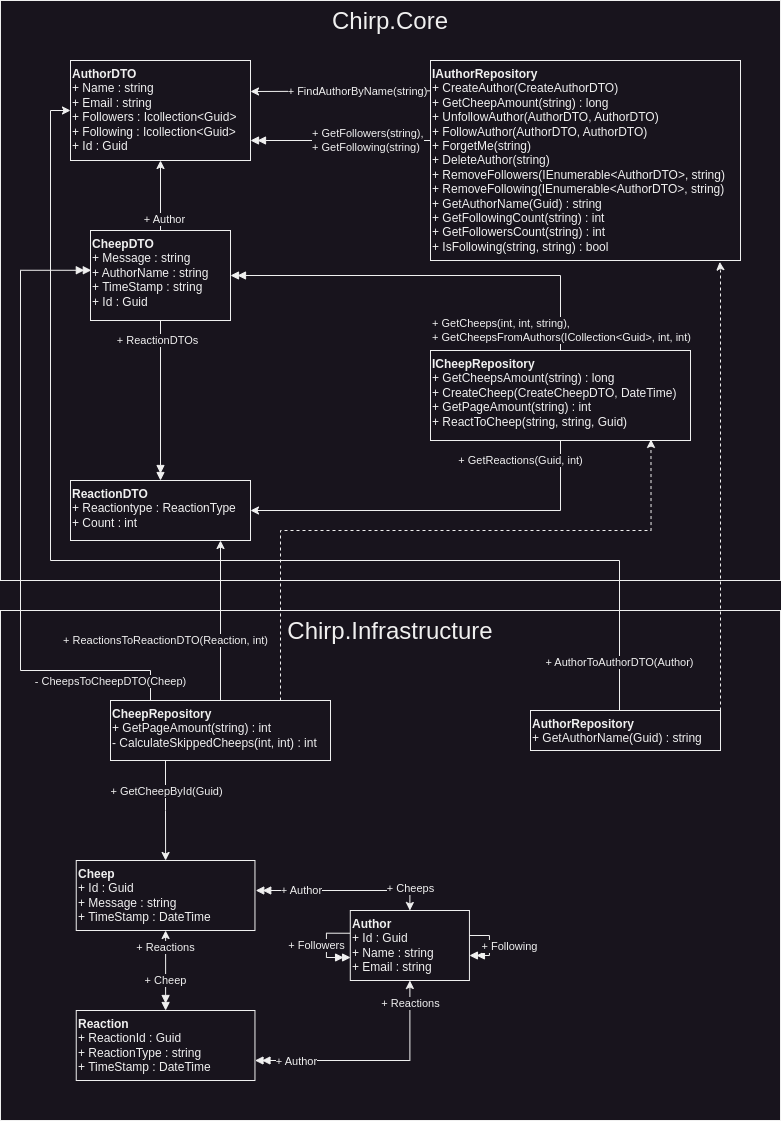
Above: docs/diagrams/chirp_domain_and_repos_uml.png in ITU-BDSA23-GROUP23/Chirp (draw.io), before the change. Source tidied: cells renumbered, new cells last; positions are measured from the earlier drawing's top-left corner, leaving out a move shared by most shapes.
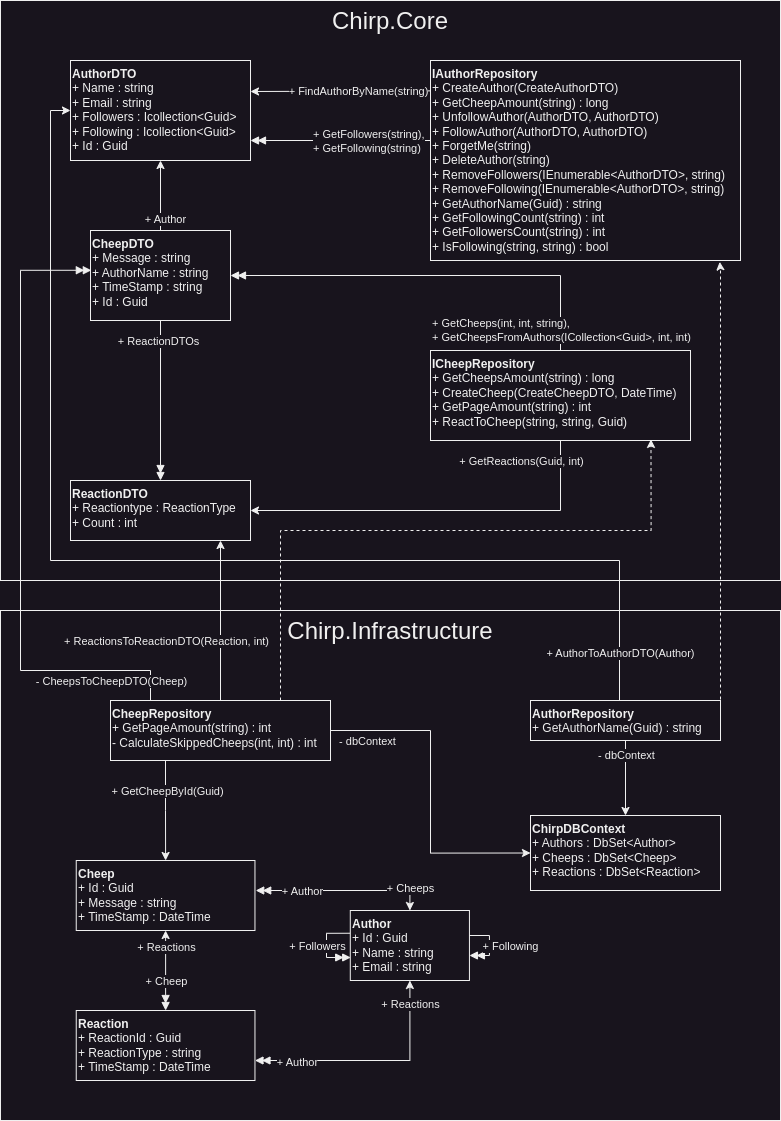
Later version of the same file.

Commit message:
added dbContext to diagram

The edit, as a diff of the source:
```diff
@@ -171,13 +171,19 @@
     <mxCell id="38" value="+ AuthorToAuthorDTO(Author)" style="edgeLabel;html=1;align=center;verticalAlign=middle;" parent="37" vertex="1">
       <mxGeometry x="-0.92" relative="1" as="geometry" />
     </mxCell>
+    <mxCell id="49" style="edgeStyle=orthogonalEdgeStyle;rounded=0;jettySize=auto;html=1;" parent="1" edge="1" source="39" target="53">
+      <mxGeometry relative="1" as="geometry" />
+    </mxCell>
+    <mxCell id="50" value="- dbContext" style="edgeLabel;html=1;align=center;verticalAlign=middle;" parent="49" vertex="1">
+      <mxGeometry x="-0.65" relative="1" as="geometry" />
+    </mxCell>
     <mxCell id="39" value="&lt;b&gt;AuthorRepository&lt;br&gt;&lt;/b&gt;+ GetAuthorName(Guid) : string&lt;br&gt;" style="rounded=0;whiteSpace=wrap;html=1;align=left;verticalAlign=top;" parent="1" vertex="1">
-      <mxGeometry x="530" y="710" width="190" height="40" as="geometry" />
+      <mxGeometry x="530" y="700" width="190" height="40" as="geometry" />
     </mxCell>
-    <mxCell id="40" style="edgeStyle=orthogonalEdgeStyle;rounded=0;jettySize=auto;html=1;entryX=0.933;entryY=1.007;entryDx=0;entryDy=0;entryPerimeter=0;dashed=1;" parent="1" edge="1" source="39" target="14">
+    <mxCell id="40" style="edgeStyle=orthogonalEdgeStyle;rounded=0;jettySize=auto;html=1;entryX=0.933;entryY=1.007;entryDx=0;entryDy=0;entryPerimeter=0;dashed=1;" parent="1" edge="1" target="14">
       <mxGeometry relative="1" as="geometry">
+        <mxPoint x="720" y="735" as="sourcePoint" />
         <Array as="points">
-          <mxPoint x="720" y="745" />
           <mxPoint x="720" y="270" />
           <mxPoint x="719" y="270" />
         </Array>
@@ -221,6 +227,14 @@
         <mxPoint x="-54" y="-24" as="offset" />
       </mxGeometry>
     </mxCell>
+    <mxCell id="51" style="edgeStyle=orthogonalEdgeStyle;rounded=0;jettySize=auto;html=1;entryX=0;entryY=0.5;entryDx=0;entryDy=0;" parent="1" edge="1" source="47" target="53">
+      <mxGeometry relative="1" as="geometry" />
+    </mxCell>
+    <mxCell id="52" value="- dbContext" style="edgeLabel;html=1;align=center;verticalAlign=middle;" parent="51" vertex="1">
+      <mxGeometry x="-0.91" relative="1" as="geometry">
+        <mxPoint x="22" y="10" as="offset" />
+      </mxGeometry>
+    </mxCell>
     <mxCell id="47" value="&lt;b&gt;CheepRepository&lt;br&gt;&lt;/b&gt;+ GetPageAmount(string) : int&lt;br&gt;- CalculateSkippedCheeps(int, int) : int" style="rounded=0;whiteSpace=wrap;html=1;align=left;verticalAlign=top;" parent="1" vertex="1">
       <mxGeometry x="110" y="700" width="220" height="60" as="geometry" />
     </mxCell>
@@ -232,5 +246,8 @@
         </Array>
       </mxGeometry>
     </mxCell>
+    <mxCell id="53" value="&lt;b&gt;ChirpDBContext&lt;br&gt;&lt;/b&gt;+ Authors : DbSet&amp;lt;Author&amp;gt;&lt;br&gt;+ Cheeps : DbSet&amp;lt;Cheep&amp;gt;&lt;br&gt;+ Reactions : DbSet&amp;lt;Reaction&amp;gt;" style="rounded=0;whiteSpace=wrap;html=1;align=left;verticalAlign=top;" parent="1" vertex="1">
+      <mxGeometry x="530" y="815" width="190" height="75" as="geometry" />
+    </mxCell>
   </root>
 </mxGraphModel>
```
